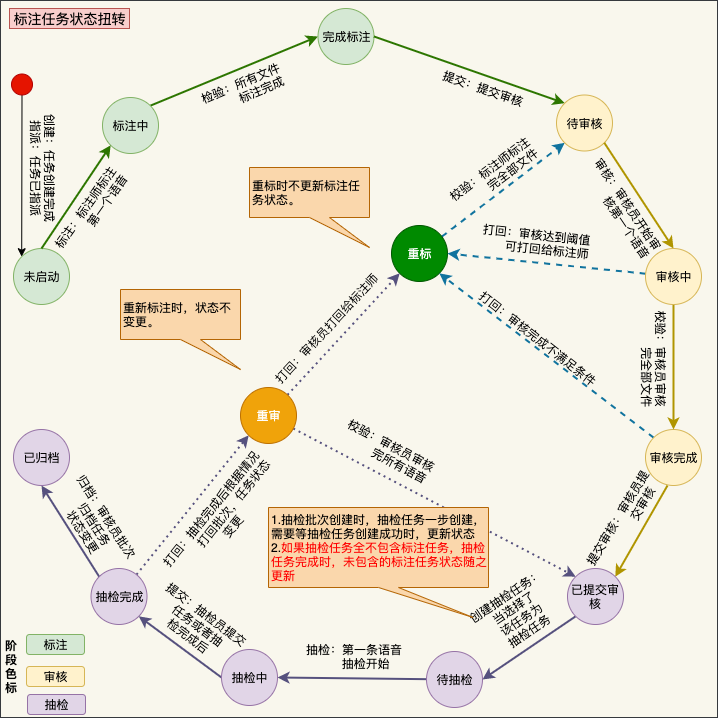
Before: 标注状态转变图.png, a diagram exported from draw.io (gumuqi/draw.io). Source tidied: cells renumbered, new cells last; positions are measured from the earlier drawing's top-left corner, leaving out a move shared by most shapes.
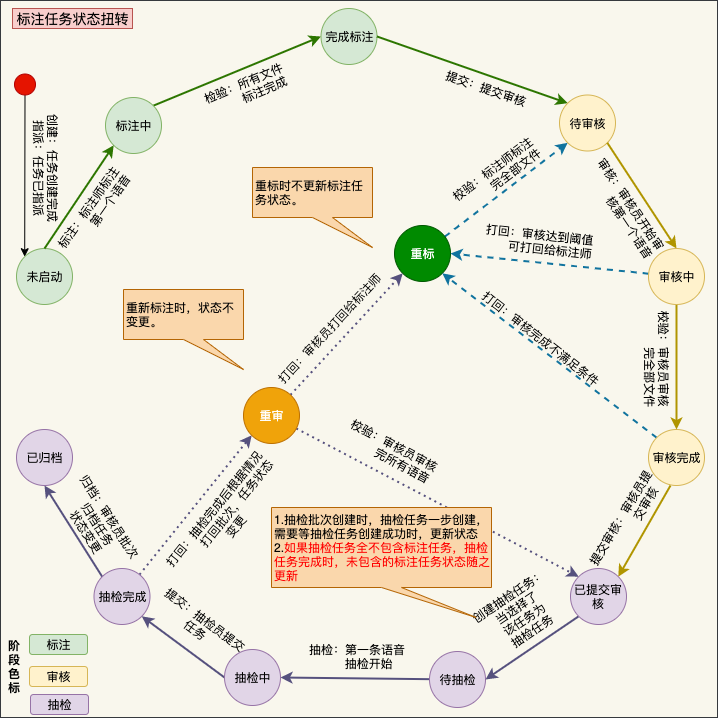
The same diagram one commit later.

Commit message:
已添加 标注状态转变图.png

What changed in the source:
```diff
@@ -3,7 +3,7 @@
     <mxCell id="0" />
     <mxCell id="1" parent="0" />
     <mxCell id="2" style="whiteSpace=wrap;html=1;fillColor=#f9f7ed;strokeColor=#36393d;" parent="1" vertex="1">
-      <mxGeometry x="14" width="717" height="717" as="geometry" />
+      <mxGeometry x="11" width="717" height="717" as="geometry" />
     </mxCell>
     <mxCell id="3" style="edgeStyle=none;rounded=0;jettySize=auto;html=1;startArrow=classic;startFill=1;endArrow=none;endFill=0;exitX=0;exitY=0;exitDx=0;exitDy=0;entryX=0.5;entryY=1;entryDx=0;entryDy=0;" parent="1" edge="1" source="5" target="60">
       <mxGeometry relative="1" as="geometry" />
@@ -156,7 +156,7 @@
     <mxCell id="43" style="edgeStyle=none;rounded=0;jettySize=auto;html=1;entryX=1;entryY=1;entryDx=0;entryDy=0;startArrow=none;startFill=0;endArrow=classic;endFill=1;fillColor=#d0cee2;strokeColor=#56517e;strokeWidth=2;exitX=0;exitY=0.5;exitDx=0;exitDy=0;" parent="1" edge="1" source="45" target="32">
       <mxGeometry relative="1" as="geometry" />
     </mxCell>
-    <mxCell id="44" value="提交：抽检员提交&lt;br&gt;任务或者抽&lt;br&gt;检完成后&amp;nbsp;" style="text;html=1;align=center;verticalAlign=middle;labelBackgroundColor=none;rotation=37;" parent="43" vertex="1">
+    <mxCell id="44" value="提交：抽检员提交&lt;br&gt;任务&amp;nbsp;" style="text;html=1;align=center;verticalAlign=middle;labelBackgroundColor=none;rotation=37;" parent="43" vertex="1">
       <mxGeometry x="0.28" relative="1" as="geometry">
         <mxPoint x="30" y="-13.5" as="offset" />
       </mxGeometry>
```
